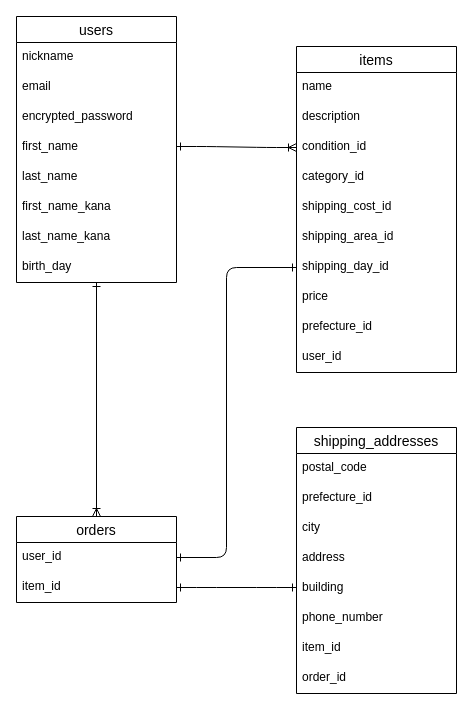
This is furima.dio from honda-gentuki/furima-37854, a draw.io file, before an edit. Source tidied: cells renumbered, new cells numbered last; positions are measured from the earlier drawing's top-left corner, leaving out a move shared by most shapes. Both pictures are drawn from the tidied source at 100%, with x=0, y=0 at pixel (16, 16).
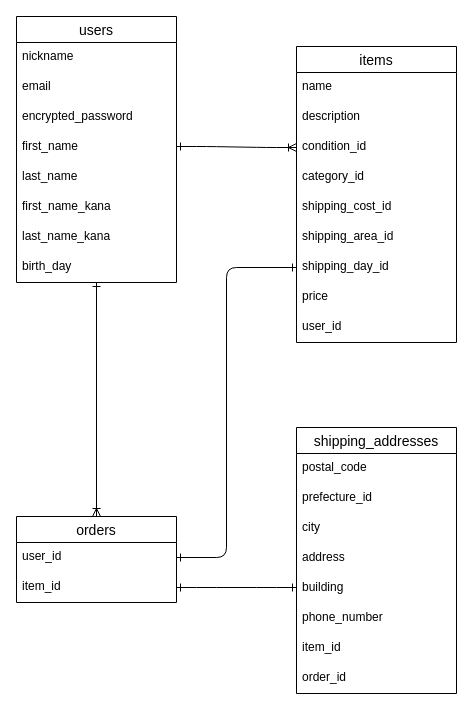
After the change.

Commit message (it also covers changes not shown here):
無駄なカラムの削除

Change to the diagram source:
```diff
@@
     <mxCell id="11" value="items" style="swimlane;fontStyle=0;horizontal=1;startSize=26;align=center;fontSize=14;" parent="1" vertex="1">
-      <mxGeometry x="280" y="30" width="160" height="326" as="geometry" />
+      <mxGeometry x="280" y="30" width="160" height="296" as="geometry" />
     </mxCell>
@@
-    <mxCell id="20" value="prefecture_id" style="text;strokeColor=none;fillColor=none;spacingLeft=4;spacingRight=4;overflow=hidden;fontSize=12;" parent="11" vertex="1">
-      <mxGeometry y="266" width="160" height="30" as="geometry" />
-    </mxCell>
     <mxCell id="21" value="user_id" style="text;strokeColor=none;fillColor=none;spacingLeft=4;spacingRight=4;overflow=hidden;fontSize=12;" parent="11" vertex="1">
-      <mxGeometry y="296" width="160" height="30" as="geometry" />
+      <mxGeometry y="266" width="160" height="30" as="geometry" />
     </mxCell>
```
